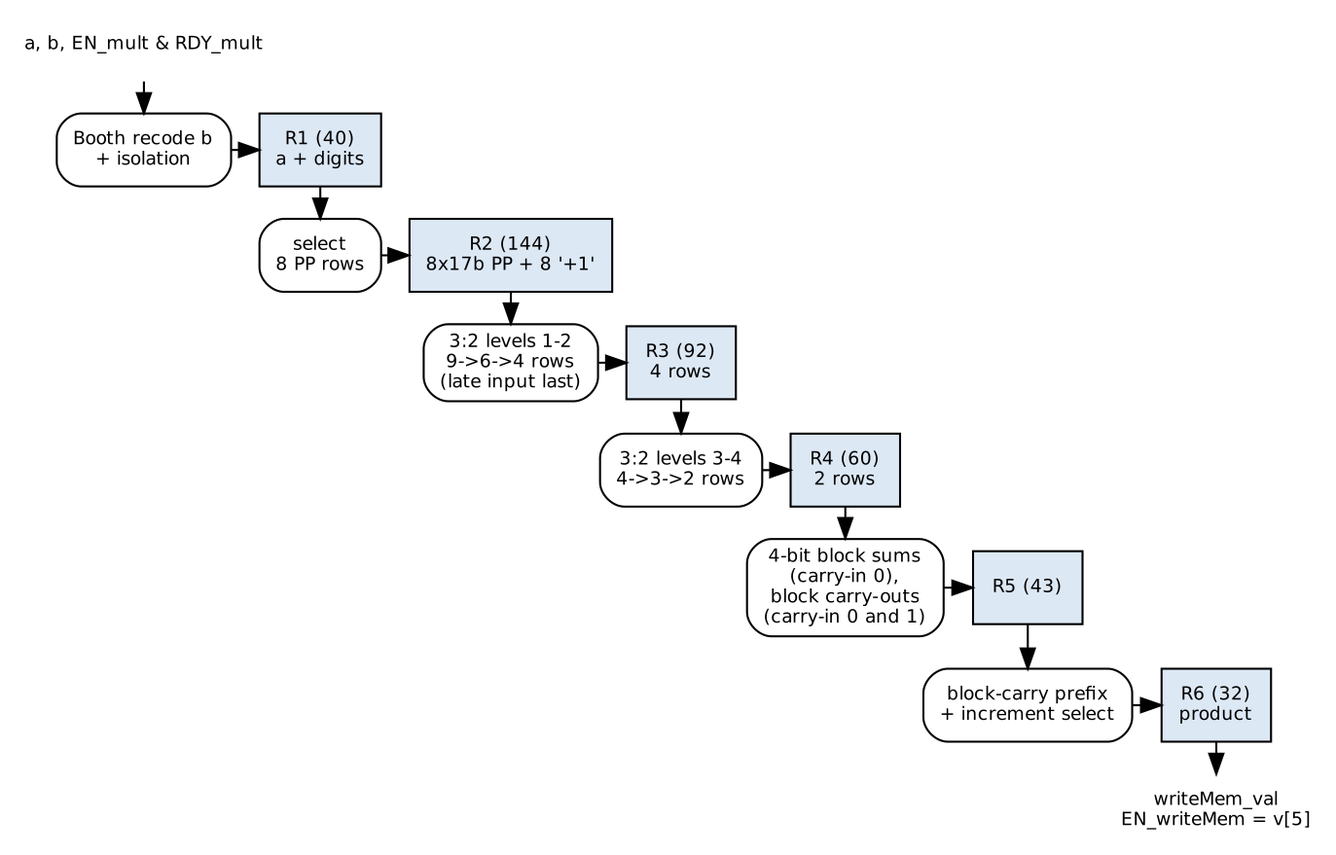
Earlier version of the Graphviz export submission/pdf_report/fig/dp800.png (amrsherif21/elec402-p2-open). Its source is kept beside it as submission/pdf_report/src/dp800.dot.
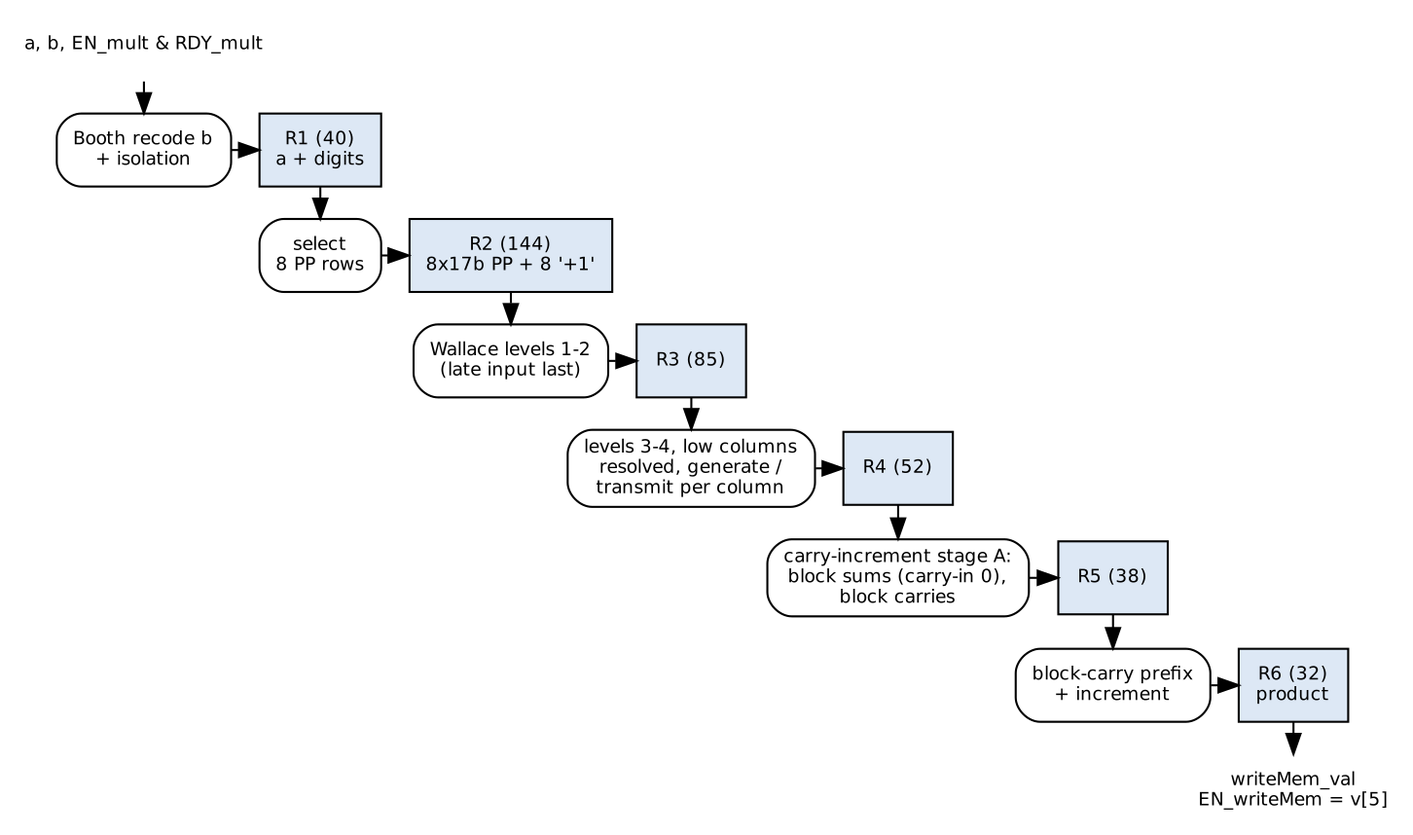
The same file after the commit.

Diff of the diagram source:
```diff
@@ -6,13 +6,13 @@
   r1 [shape=box, style=filled, fillcolor="#dde8f5", label="R1 (40)\na + digits"];
   pp [shape=box, style=rounded, label="select\n8 PP rows"];
   r2 [shape=box, style=filled, fillcolor="#dde8f5", label="R2 (144)\n8x17b PP + 8 '+1'"];
-  c12 [shape=box, style=rounded, label="3:2 levels 1-2\n9->6->4 rows\n(late input last)"];
-  r3 [shape=box, style=filled, fillcolor="#dde8f5", label="R3 (92)\n4 rows"];
-  c34 [shape=box, style=rounded, label="3:2 levels 3-4\n4->3->2 rows"];
-  r4 [shape=box, style=filled, fillcolor="#dde8f5", label="R4 (60)\n2 rows"];
-  ca [shape=box, style=rounded, label="4-bit block sums\n(carry-in 0),\nblock carry-outs\n(carry-in 0 and 1)"];
-  r5 [shape=box, style=filled, fillcolor="#dde8f5", label="R5 (43)"];
-  cb [shape=box, style=rounded, label="block-carry prefix\n+ increment select"];
+  c12 [shape=box, style=rounded, label="Wallace levels 1-2\n(late input last)"];
+  r3 [shape=box, style=filled, fillcolor="#dde8f5", label="R3 (85)"];
+  c34 [shape=box, style=rounded, label="levels 3-4, low columns\nresolved, generate /\ntransmit per column"];
+  r4 [shape=box, style=filled, fillcolor="#dde8f5", label="R4 (52)"];
+  ca [shape=box, style=rounded, label="carry-increment stage A:\nblock sums (carry-in 0),\nblock carries"];
+  r5 [shape=box, style=filled, fillcolor="#dde8f5", label="R5 (38)"];
+  cb [shape=box, style=rounded, label="block-carry prefix\n+ increment"];
   r6 [shape=box, style=filled, fillcolor="#dde8f5", label="R6 (32)\nproduct"];
   out [shape=plaintext, label="writeMem_val\nEN_writeMem = v[5]"];
   in -> enc -> r1 -> pp -> r2 -> c12 -> r3 -> c34 -> r4 -> ca -> r5 -> cb -> r6 -> out;
```
